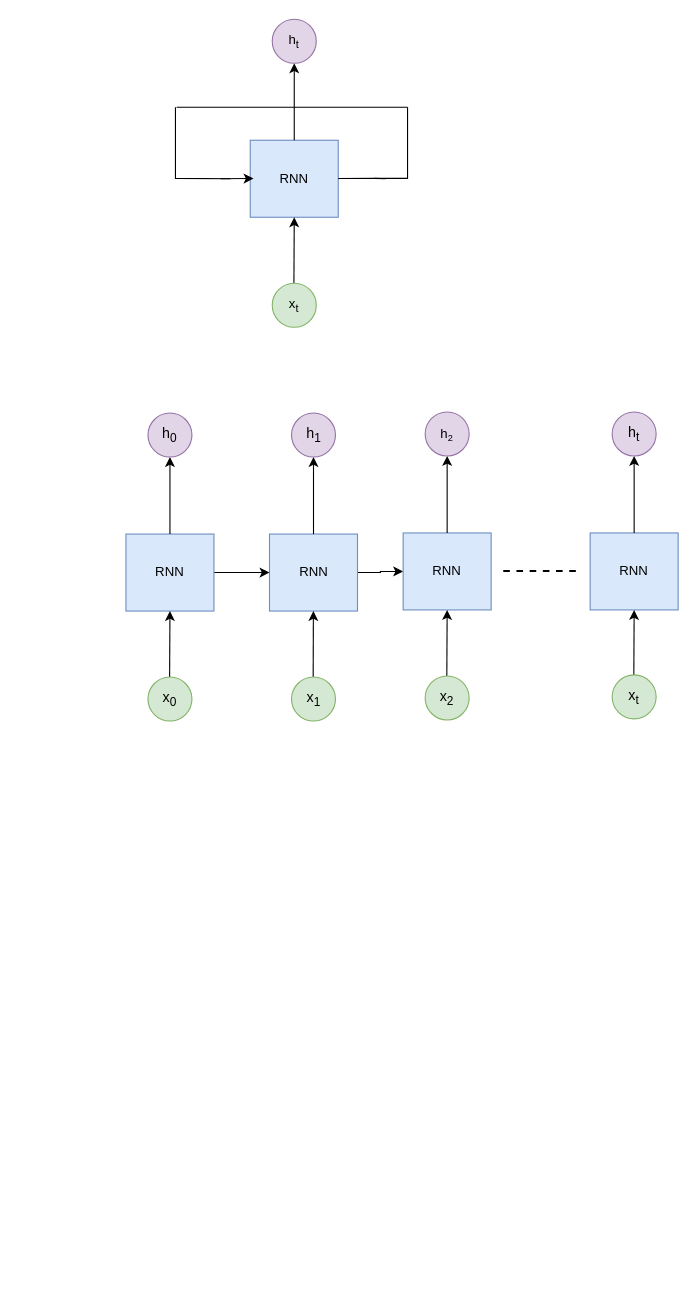
The draw.io diagram Untitled Diagram.drawio in biswa-d/vestim_micros, before the edit. Source tidied: cells renumbered, new cells numbered last; positions are measured from the earlier drawing's top-left corner, leaving out a move shared by most shapes. Both pictures are drawn from the tidied source at 110%, with x=0, y=0 at pixel (125, 19).
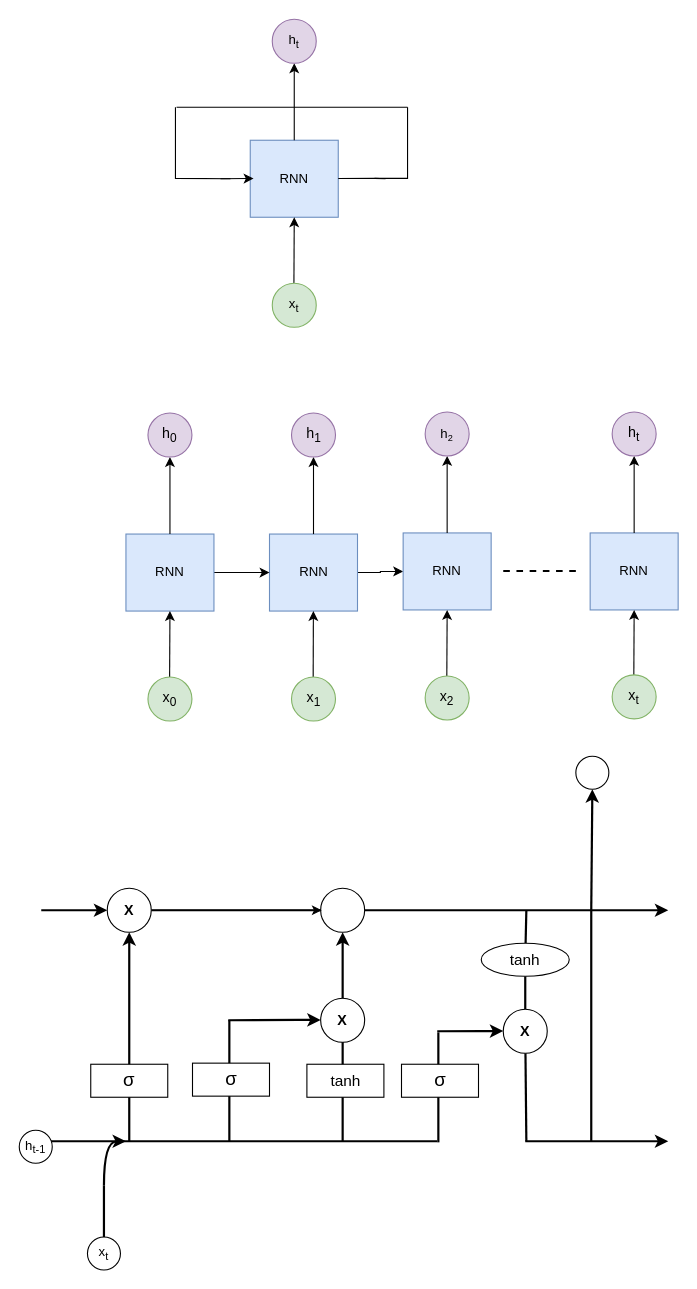
Above is the later version.

Change to the diagram source:
```diff
@@
+    <mxCell id="35" style="endArrow=classic;html=1;rounded=0;strokeWidth=2;" parent="1" edge="1" source="61">
+      <mxGeometry relative="1" as="geometry">
+        <mxPoint x="493" y="810" as="targetPoint" />
+      </mxGeometry>
+    </mxCell>
+    <mxCell id="36" style="endArrow=none;html=1;rounded=0;strokeWidth=2;" parent="1" edge="1">
+      <mxGeometry relative="1" as="geometry">
+        <mxPoint x="-77" y="1020" as="sourcePoint" />
+        <mxPoint x="283" y="1020" as="targetPoint" />
+      </mxGeometry>
+    </mxCell>
+    <mxCell id="37" style="endArrow=classic;html=1;rounded=0;strokeWidth=2;" parent="1" edge="1">
+      <mxGeometry relative="1" as="geometry">
+        <mxPoint x="363" y="1020" as="sourcePoint" />
+        <mxPoint x="493" y="1020" as="targetPoint" />
+      </mxGeometry>
+    </mxCell>
+    <mxCell id="38" style="endArrow=none;html=1;rounded=0;strokeWidth=2;" parent="1" edge="1" source="42">
+      <mxGeometry relative="1" as="geometry">
+        <mxPoint x="364" y="810" as="targetPoint" />
+      </mxGeometry>
+    </mxCell>
+    <mxCell id="39" style="endArrow=none;html=1;rounded=0;strokeWidth=2;" parent="1" edge="1">
+      <mxGeometry relative="1" as="geometry">
+        <mxPoint x="423" y="1020" as="sourcePoint" />
+        <mxPoint x="423" y="810" as="targetPoint" />
+      </mxGeometry>
+    </mxCell>
+    <mxCell id="40" style="endArrow=classic;html=1;rounded=0;strokeWidth=2;" parent="1" edge="1">
+      <mxGeometry relative="1" as="geometry">
+        <mxPoint x="423" y="810" as="sourcePoint" />
+        <mxPoint x="424" y="700" as="targetPoint" />
+      </mxGeometry>
+    </mxCell>
+    <mxCell id="41" style="endArrow=none;html=1;rounded=0;strokeWidth=2;" parent="1" edge="1" source="44" target="42">
+      <mxGeometry relative="1" as="geometry" />
+    </mxCell>
+    <mxCell id="42" value="&lt;span style=&quot;font-size: 14px;&quot;&gt;tanh&lt;/span&gt;" style="ellipse;whiteSpace=wrap;html=1;" parent="1" vertex="1">
+      <mxGeometry x="323" y="840" width="80" height="30" as="geometry" />
+    </mxCell>
+    <mxCell id="43" style="endArrow=none;html=1;rounded=0;strokeWidth=2;" parent="1" edge="1" target="44">
+      <mxGeometry relative="1" as="geometry">
+        <mxPoint x="364" y="1020" as="sourcePoint" />
+      </mxGeometry>
+    </mxCell>
+    <mxCell id="44" value="&lt;b&gt;&lt;font style=&quot;font-size: 13px;&quot;&gt;X&lt;/font&gt;&lt;/b&gt;" style="ellipse;whiteSpace=wrap;html=1;" parent="1" vertex="1">
+      <mxGeometry x="343" y="900" width="40" height="40" as="geometry" />
+    </mxCell>
+    <mxCell id="45" style="endArrow=classic;html=1;rounded=0;strokeWidth=2;" parent="1" edge="1">
+      <mxGeometry relative="1" as="geometry">
+        <mxPoint x="283" y="920" as="sourcePoint" />
+        <mxPoint x="343" y="919.8" as="targetPoint" />
+        <Array as="points">
+          <mxPoint x="323" y="919.8" />
+        </Array>
+      </mxGeometry>
+    </mxCell>
+    <mxCell id="46" style="endArrow=none;html=1;rounded=0;strokeWidth=2;" parent="1" edge="1">
+      <mxGeometry relative="1" as="geometry">
+        <mxPoint x="284" y="1021" as="sourcePoint" />
+        <mxPoint x="284" y="921" as="targetPoint" />
+      </mxGeometry>
+    </mxCell>
+    <mxCell id="47" value="&lt;span style=&quot;font-size: 17px;&quot;&gt;σ&lt;/span&gt;" style="rounded=0;whiteSpace=wrap;html=1;" parent="1" vertex="1">
+      <mxGeometry x="250.5" y="950" width="70" height="30" as="geometry" />
+    </mxCell>
+    <mxCell id="48" style="endArrow=classic;html=1;rounded=0;strokeWidth=2;" parent="1" edge="1">
+      <mxGeometry relative="1" as="geometry">
+        <mxPoint x="197" y="1020" as="sourcePoint" />
+        <mxPoint x="197" y="830" as="targetPoint" />
+      </mxGeometry>
+    </mxCell>
+    <mxCell id="49" value="&lt;font style=&quot;font-size: 14px;&quot;&gt;tanh&lt;/font&gt;" style="rounded=0;whiteSpace=wrap;html=1;" parent="1" vertex="1">
+      <mxGeometry x="164.5" y="950" width="70" height="30" as="geometry" />
+    </mxCell>
+    <mxCell id="50" value="&lt;font size=&quot;1&quot; style=&quot;&quot;&gt;&lt;b style=&quot;font-size: 13px;&quot;&gt;X&lt;/b&gt;&lt;/font&gt;" style="ellipse;whiteSpace=wrap;html=1;" parent="1" vertex="1">
+      <mxGeometry x="177" y="890" width="40" height="40" as="geometry" />
+    </mxCell>
+    <mxCell id="51" style="ellipse;whiteSpace=wrap;html=1;" parent="1" vertex="1">
+      <mxGeometry x="177" y="790" width="40" height="40" as="geometry" />
+    </mxCell>
+    <mxCell id="52" style="endArrow=none;html=1;rounded=0;strokeWidth=2;" parent="1" edge="1">
+      <mxGeometry relative="1" as="geometry">
+        <mxPoint x="94" y="1020" as="sourcePoint" />
+        <mxPoint x="94" y="910" as="targetPoint" />
+      </mxGeometry>
+    </mxCell>
+    <mxCell id="53" value="&lt;span style=&quot;font-size: 17px;&quot;&gt;σ&lt;/span&gt;" style="rounded=0;whiteSpace=wrap;html=1;" parent="1" vertex="1">
+      <mxGeometry x="60.5" y="949" width="70" height="30" as="geometry" />
+    </mxCell>
+    <mxCell id="54" style="endArrow=classic;html=1;rounded=0;strokeWidth=2;" parent="1" edge="1">
+      <mxGeometry relative="1" as="geometry">
+        <mxPoint x="93" y="910" as="sourcePoint" />
+        <mxPoint x="177" y="909.7" as="targetPoint" />
+        <Array as="points">
+          <mxPoint x="157" y="909.7" />
+        </Array>
+      </mxGeometry>
+    </mxCell>
+    <mxCell id="55" style="endArrow=classic;html=1;rounded=0;strokeWidth=2;" parent="1" edge="1">
+      <mxGeometry relative="1" as="geometry">
+        <mxPoint x="3" y="1020" as="sourcePoint" />
+        <mxPoint x="3" y="830" as="targetPoint" />
+      </mxGeometry>
+    </mxCell>
+    <mxCell id="56" value="&lt;font style=&quot;font-size: 17px;&quot;&gt;σ&lt;/font&gt;" style="rounded=0;whiteSpace=wrap;html=1;" parent="1" vertex="1">
+      <mxGeometry x="-32" y="950" width="70" height="30" as="geometry" />
+    </mxCell>
+    <mxCell id="57" style="curved=1;endArrow=classic;html=1;rounded=0;strokeWidth=2;" parent="1" edge="1">
+      <mxGeometry relative="1" as="geometry">
+        <mxPoint x="-20" y="1060" as="sourcePoint" />
+        <mxPoint y="1020" as="targetPoint" />
+        <Array as="points">
+          <mxPoint x="-20" y="1020" />
+        </Array>
+      </mxGeometry>
+    </mxCell>
+    <mxCell id="58" style="endArrow=none;html=1;rounded=0;strokeWidth=2;" parent="1" edge="1">
+      <mxGeometry relative="1" as="geometry">
+        <mxPoint x="-20" y="1120" as="sourcePoint" />
+        <mxPoint x="-20" y="1060" as="targetPoint" />
+      </mxGeometry>
+    </mxCell>
+    <mxCell id="59" style="endArrow=classic;html=1;rounded=0;strokeWidth=2;" parent="1" edge="1" target="61">
+      <mxGeometry relative="1" as="geometry">
+        <mxPoint x="-77" y="810" as="sourcePoint" />
+      </mxGeometry>
+    </mxCell>
+    <mxCell id="60" style="edgeStyle=orthogonalEdgeStyle;rounded=0;jettySize=auto;html=1;exitX=1;exitY=0.5;exitDx=0;exitDy=0;" parent="1" edge="1" source="61">
+      <mxGeometry relative="1" as="geometry">
+        <mxPoint x="178" y="810" as="targetPoint" />
+      </mxGeometry>
+    </mxCell>
+    <mxCell id="61" value="&lt;font size=&quot;1&quot; style=&quot;&quot;&gt;&lt;b style=&quot;font-size: 13px;&quot;&gt;X&lt;/b&gt;&lt;/font&gt;" style="ellipse;whiteSpace=wrap;html=1;" parent="1" vertex="1">
+      <mxGeometry x="-17" y="790" width="40" height="40" as="geometry" />
+    </mxCell>
+    <mxCell id="62" style="ellipse;whiteSpace=wrap;html=1;" parent="1" vertex="1">
+      <mxGeometry x="409" y="670" width="30" height="30" as="geometry" />
+    </mxCell>
+    <mxCell id="63" value="x&lt;sub&gt;t&lt;/sub&gt;" style="ellipse;whiteSpace=wrap;html=1;" parent="1" vertex="1">
+      <mxGeometry x="-35" y="1107" width="30" height="30" as="geometry" />
+    </mxCell>
+    <mxCell id="64" value="h&lt;sub&gt;t-1&lt;/sub&gt;" style="ellipse;whiteSpace=wrap;html=1;" parent="1" vertex="1">
+      <mxGeometry x="-97" y="1010" width="30" height="30" as="geometry" />
+    </mxCell>
```
